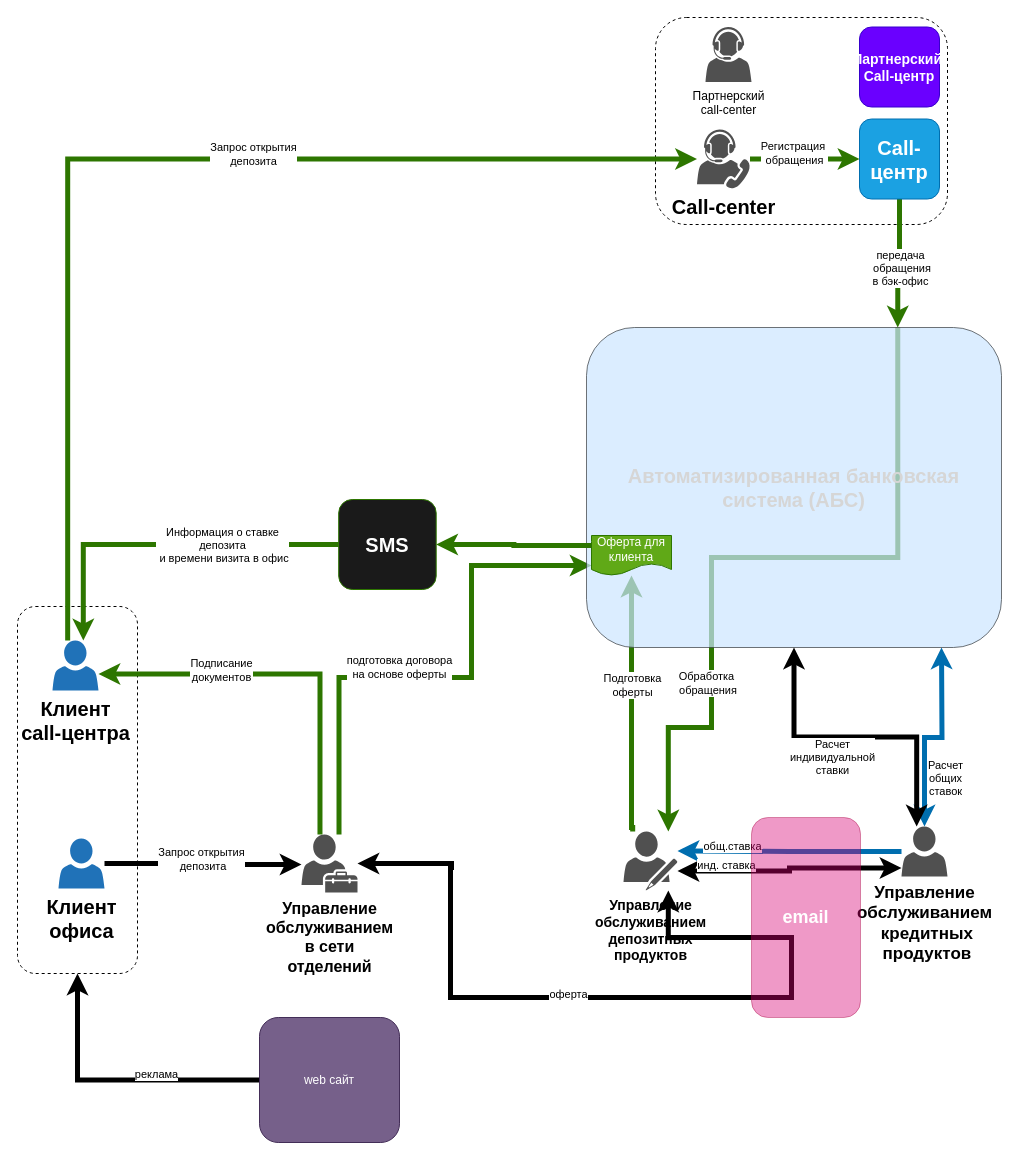
This is Task1/Integration.drawio from Kraktorist/standard, a draw.io file, before an edit. Source tidied: cells renumbered, new cells numbered last; positions are measured from the earlier drawing's top-left corner, leaving out a move shared by most shapes. Both pictures are drawn from the tidied source at 100%, with x=0, y=0 at pixel (17, 17).
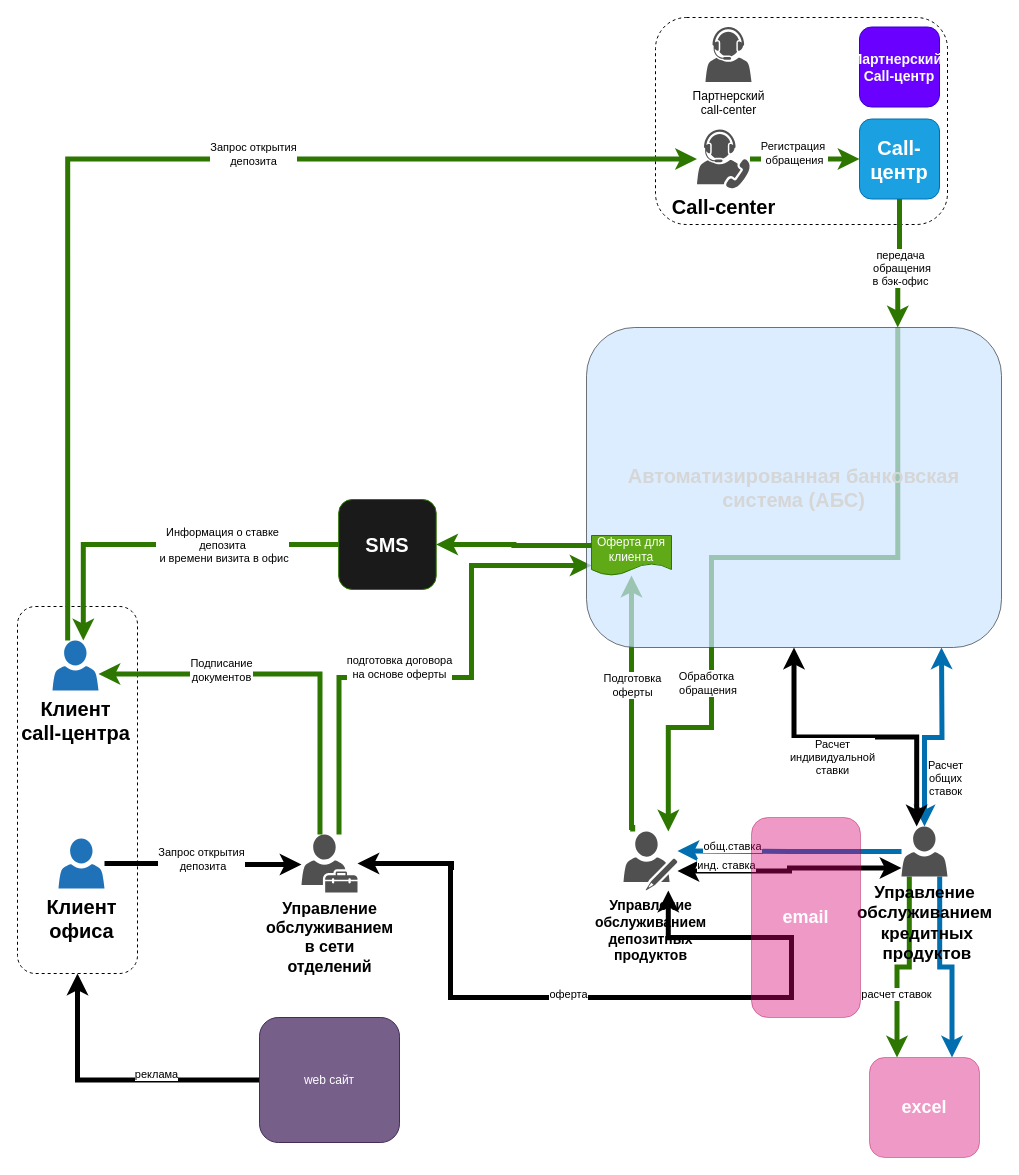
After the change.

The change refers to these unchanged cells:
```xml
<mxCell id="32" value="&lt;span style=&quot;text-wrap-mode: wrap;&quot;&gt;Управление&lt;br&gt;обслуживанием&lt;br&gt;&amp;nbsp;кредитных&lt;br&gt;&amp;nbsp;продуктов&lt;/span&gt;" style="sketch=0;shadow=0;dashed=0;html=1;strokeColor=none;fillColor=#505050;labelPosition=center;verticalLabelPosition=bottom;verticalAlign=top;outlineConnect=0;align=center;shape=mxgraph.office.users.user;fontSize=17;fontStyle=1;points=[[0,0.17,0,0,0],[0,0.33,0,0,0],[0,0.5,0,0,0],[0,0.67,0,0,0],[0,0.83,0,0,0],[0.17,0,0,0,0],[0.17,1,0,0,0],[0.33,0,0,0,0],[0.33,1,0,0,0],[0.5,0,0,0,0],[0.5,1,0,0,0],[0.67,0,0,0,0],[0.67,1,0,0,0],[0.83,0,0,0,0],[0.83,1,0,0,0],[1,0.17,0,0,0],[1,0.33,0,0,0],[1,0.5,0,0,0],[1,0.67,0,0,0],[1,0.83,0,0,0]];" parent="1" vertex="1">
  <mxGeometry x="884" y="809" width="46" height="50" as="geometry" />
</mxCell>
```

Diff of the diagram source:
```diff
@@
+    <mxCell id="48" style="edgeStyle=orthogonalEdgeStyle;rounded=0;jettySize=auto;html=1;exitX=0.17;exitY=1;exitDx=0;exitDy=0;exitPerimeter=0;entryX=0.25;entryY=0;entryDx=0;entryDy=0;strokeWidth=5;fillColor=#60a917;strokeColor=light-dark(#2D7600,#660000);" parent="1" edge="1" source="32" target="51">
+      <mxGeometry relative="1" as="geometry" />
+    </mxCell>
+    <mxCell id="49" value="расчет ставок" style="edgeLabel;html=1;align=center;verticalAlign=middle;" parent="48" vertex="1">
+      <mxGeometry x="0.35" y="-1" relative="1" as="geometry" />
+    </mxCell>
+    <mxCell id="50" style="edgeStyle=orthogonalEdgeStyle;rounded=0;jettySize=auto;html=1;exitX=0.83;exitY=1;exitDx=0;exitDy=0;exitPerimeter=0;entryX=0.75;entryY=0;entryDx=0;entryDy=0;strokeWidth=5;strokeColor=#006EAF;fillColor=#1ba1e2;" parent="1" edge="1" source="32" target="51">
+      <mxGeometry relative="1" as="geometry" />
+    </mxCell>
@@
+    <mxCell id="51" value="excel" style="rounded=1;whiteSpace=wrap;html=1;fillColor=light-dark(#D80073,#CCFFE6);fontColor=#ffffff;strokeColor=light-dark(#A50040,#333333);opacity=40;fontSize=18;fontStyle=1;" parent="1" vertex="1">
+      <mxGeometry x="852" y="1040" width="110" height="100" as="geometry" />
+    </mxCell>
```
